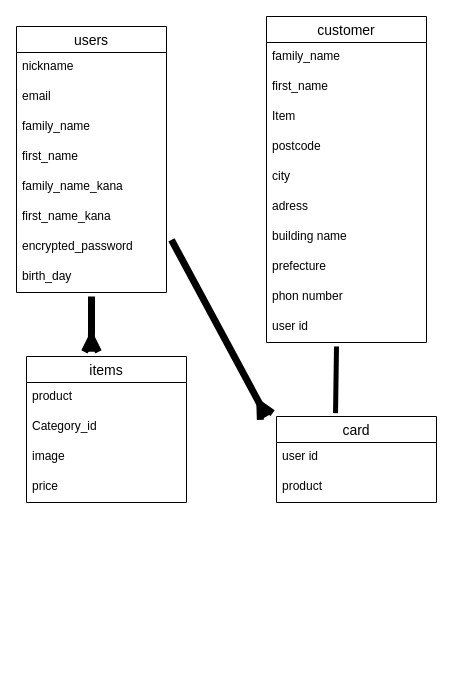
The draw.io diagram config/readme.dio in tya-suke/furima-38764, before the edit. Source tidied: cells renumbered, new cells numbered last; positions are measured from the earlier drawing's top-left corner, leaving out a move shared by most shapes. Both pictures are drawn from the tidied source at 100%, with x=0, y=0 at pixel (16, 16).
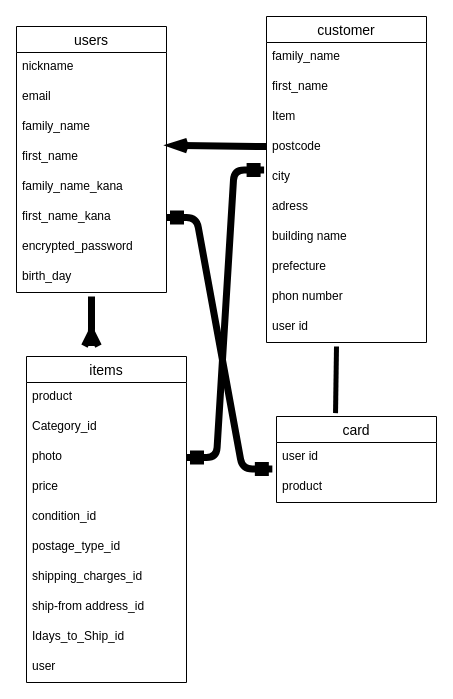
Above is the later version.

Unchanged cells that the change refers to:
```xml
<mxCell id="6" value="first_name" style="text;strokeColor=none;fillColor=none;spacingLeft=4;spacingRight=4;overflow=hidden;points=[[0,0.5],[1,0.5]];portConstraint=eastwest;fontSize=12;" parent="2" vertex="1">
  <mxGeometry y="116" width="150" height="30" as="geometry" />
</mxCell>
<mxCell id="8" value="first_name_kana " style="text;strokeColor=none;fillColor=none;spacingLeft=4;spacingRight=4;overflow=hidden;points=[[0,0.5],[1,0.5]];portConstraint=eastwest;fontSize=12;" parent="2" vertex="1">
  <mxGeometry y="176" width="150" height="30" as="geometry" />
</mxCell>
<mxCell id="9" value="encrypted_password" style="text;strokeColor=none;fillColor=none;spacingLeft=4;spacingRight=4;overflow=hidden;points=[[0,0.5],[1,0.5]];portConstraint=eastwest;fontSize=12;" parent="2" vertex="1">
  <mxGeometry y="206" width="150" height="30" as="geometry" />
</mxCell>
<mxCell id="20" value="postcode" style="text;strokeColor=none;fillColor=none;spacingLeft=4;spacingRight=4;overflow=hidden;points=[[0,0.5],[1,0.5]];portConstraint=eastwest;fontSize=12;" parent="16" vertex="1">
  <mxGeometry y="116" width="160" height="30" as="geometry" />
</mxCell>
<mxCell id="21" value="city" style="text;strokeColor=none;fillColor=none;spacingLeft=4;spacingRight=4;overflow=hidden;points=[[0,0.5],[1,0.5]];portConstraint=eastwest;fontSize=12;" parent="16" vertex="1">
  <mxGeometry y="146" width="160" height="30" as="geometry" />
</mxCell>
<mxCell id="28" value="user id" style="text;strokeColor=none;fillColor=none;spacingLeft=4;spacingRight=4;overflow=hidden;points=[[0,0.5],[1,0.5]];portConstraint=eastwest;fontSize=12;" parent="27" vertex="1">
  <mxGeometry y="26" width="160" height="30" as="geometry" />
</mxCell>
```

What changed in the source:
```diff
@@
     <mxCell id="11" value="items" style="swimlane;fontStyle=0;horizontal=1;startSize=26;align=center;fontSize=14;rounded=0;" parent="1" vertex="1">
-      <mxGeometry x="10" y="340" width="160" height="146" as="geometry" />
+      <mxGeometry x="10" y="340" width="160" height="326" as="geometry" />
     </mxCell>
@@
-    <mxCell id="14" value="image" style="text;strokeColor=none;fillColor=none;spacingLeft=4;spacingRight=4;overflow=hidden;fontSize=12;" parent="11" vertex="1">
-      <mxGeometry y="86" width="160" height="30" as="geometry" />
-    </mxCell>
+    <mxCell id="33" value="photo" style="text;strokeColor=none;fillColor=none;spacingLeft=4;spacingRight=4;overflow=hidden;points=[[0,0.5],[1,0.5]];portConstraint=eastwest;fontSize=12;" parent="11" vertex="1">
+      <mxGeometry y="86" width="160" height="30" as="geometry" />
+    </mxCell>
@@
+    <mxCell id="34" value="condition_id " style="text;strokeColor=none;fillColor=none;spacingLeft=4;spacingRight=4;overflow=hidden;fontSize=12;" parent="11" vertex="1">
+      <mxGeometry y="146" width="160" height="30" as="geometry" />
+    </mxCell>
+    <mxCell id="35" value="postage_type_id " style="text;strokeColor=none;fillColor=none;spacingLeft=4;spacingRight=4;overflow=hidden;fontSize=12;" parent="11" vertex="1">
+      <mxGeometry y="176" width="160" height="30" as="geometry" />
+    </mxCell>
+    <mxCell id="36" value="shipping_charges_id " style="text;strokeColor=none;fillColor=none;spacingLeft=4;spacingRight=4;overflow=hidden;fontSize=12;" parent="11" vertex="1">
+      <mxGeometry y="206" width="160" height="30" as="geometry" />
+    </mxCell>
+    <mxCell id="37" value="ship-from address_id" style="text;strokeColor=none;fillColor=none;spacingLeft=4;spacingRight=4;overflow=hidden;fontSize=12;" parent="11" vertex="1">
+      <mxGeometry y="236" width="160" height="30" as="geometry" />
+    </mxCell>
+    <mxCell id="38" value="Idays_to_Ship_id  " style="text;strokeColor=none;fillColor=none;spacingLeft=4;spacingRight=4;overflow=hidden;fontSize=12;" parent="11" vertex="1">
+      <mxGeometry y="266" width="160" height="30" as="geometry" />
+    </mxCell>
+    <mxCell id="39" value="user  " style="text;strokeColor=none;fillColor=none;spacingLeft=4;spacingRight=4;overflow=hidden;fontSize=12;" parent="11" vertex="1">
+      <mxGeometry y="296" width="160" height="30" as="geometry" />
+    </mxCell>
@@
-    <mxCell id="31" style="edgeStyle=none;html=1;endArrow=ERmany;endFill=0;strokeWidth=7;exitX=1.033;exitY=0.244;exitDx=0;exitDy=0;exitPerimeter=0;" parent="1" edge="1" source="9">
-      <mxGeometry relative="1" as="geometry">
-        <mxPoint x="250" y="400" as="targetPoint" />
-      </mxGeometry>
-    </mxCell>
@@
+    <mxCell id="40" style="edgeStyle=entityRelationEdgeStyle;fontSize=12;html=1;endArrow=ERmandOne;startArrow=ERmandOne;strokeWidth=7;exitX=1;exitY=0.5;exitDx=0;exitDy=0;entryX=-0.015;entryY=0.253;entryDx=0;entryDy=0;entryPerimeter=0;" parent="1" edge="1" source="33" target="21">
+      <mxGeometry relative="1" as="geometry" />
+    </mxCell>
+    <mxCell id="41" style="edgeStyle=none;html=1;endArrow=openThin;endFill=0;strokeWidth=7;entryX=1;entryY=0.096;entryDx=0;entryDy=0;entryPerimeter=0;" parent="1" edge="1" source="20" target="6">
+      <mxGeometry relative="1" as="geometry" />
+    </mxCell>
+    <mxCell id="42" style="edgeStyle=entityRelationEdgeStyle;fontSize=12;html=1;endArrow=ERmandOne;startArrow=ERmandOne;strokeWidth=7;entryX=-0.026;entryY=0.88;entryDx=0;entryDy=0;entryPerimeter=0;exitX=1;exitY=0.5;exitDx=0;exitDy=0;" parent="1" edge="1" source="8" target="28">
+      <mxGeometry relative="1" as="geometry" />
+    </mxCell>
```
